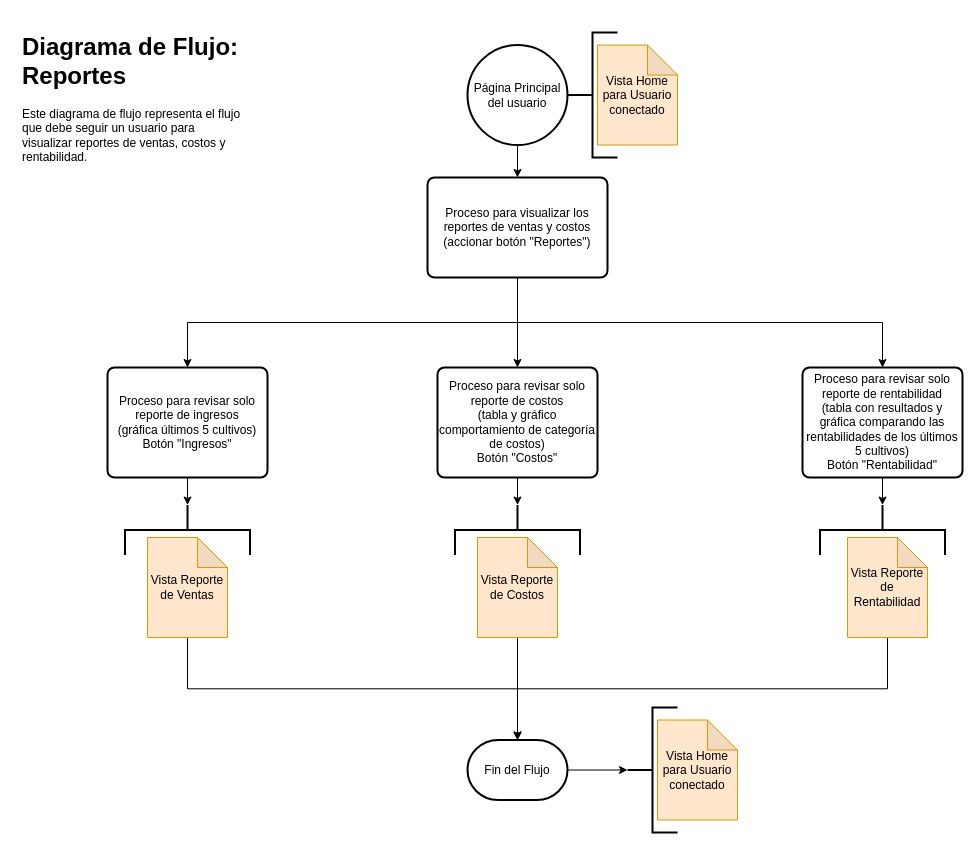
Earlier version of the draw.io diagram page "Reports" (5 of 5) of flowchart.drawio (Waldemar77/PapAppCost_FlowChart). Source tidied: cells renumbered, new cells numbered last; positions are measured from the earlier drawing's top-left corner, leaving out a move shared by most shapes. Both pictures are drawn from the tidied source at 100%, with x=0, y=0 at pixel (17, 27).
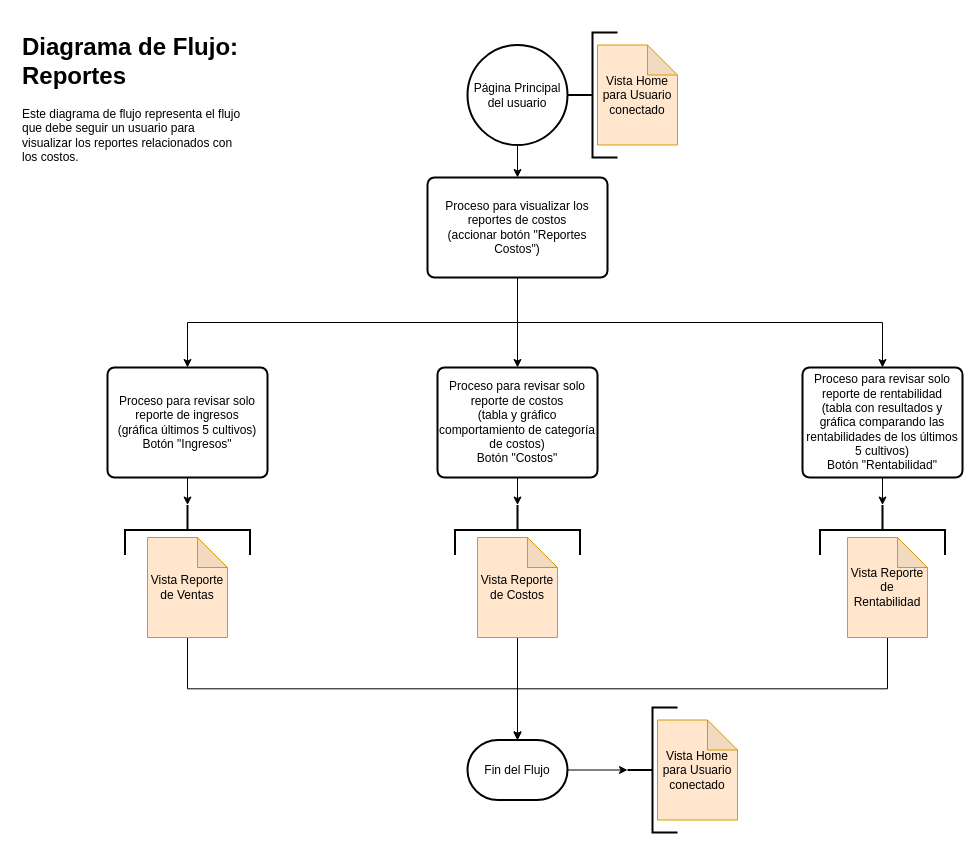
The same page after the edit.

Commit message:
changing the name of calculate sheet

The edit, as a diff of the source:
```diff
@@
-    <mxCell id="6" value="&lt;h1&gt;Diagrama de Flujo: Reportes&lt;/h1&gt;&lt;p&gt;Este diagrama de flujo representa el flujo que debe seguir un usuario para visualizar reportes de ventas, costos y rentabilidad.&lt;/p&gt;" style="text;html=1;strokeColor=none;fillColor=none;spacing=5;spacingTop=-20;whiteSpace=wrap;overflow=hidden;rounded=0;" parent="1" vertex="1">
+    <mxCell id="6" value="&lt;h1&gt;Diagrama de Flujo: Reportes&lt;/h1&gt;&lt;p&gt;Este diagrama de flujo representa el flujo que debe seguir un usuario para visualizar los reportes relacionados con los costos.&lt;/p&gt;" style="text;html=1;strokeColor=none;fillColor=none;spacing=5;spacingTop=-20;whiteSpace=wrap;overflow=hidden;rounded=0;" parent="1" vertex="1">
       <mxGeometry width="230" height="150" as="geometry" />
     </mxCell>
@@
-    <mxCell id="14" value="Proceso para visualizar los reportes de ventas y costos&lt;br&gt;(accionar botón &quot;Reportes&quot;)" style="rounded=1;whiteSpace=wrap;html=1;absoluteArcSize=1;arcSize=14;strokeWidth=2;" parent="1" vertex="1">
+    <mxCell id="14" value="Proceso para visualizar los reportes de costos&lt;br&gt;(accionar botón &quot;Reportes Costos&quot;)" style="rounded=1;whiteSpace=wrap;html=1;absoluteArcSize=1;arcSize=14;strokeWidth=2;" parent="1" vertex="1">
       <mxGeometry x="410" y="150" width="180" height="100" as="geometry" />
     </mxCell>
```
